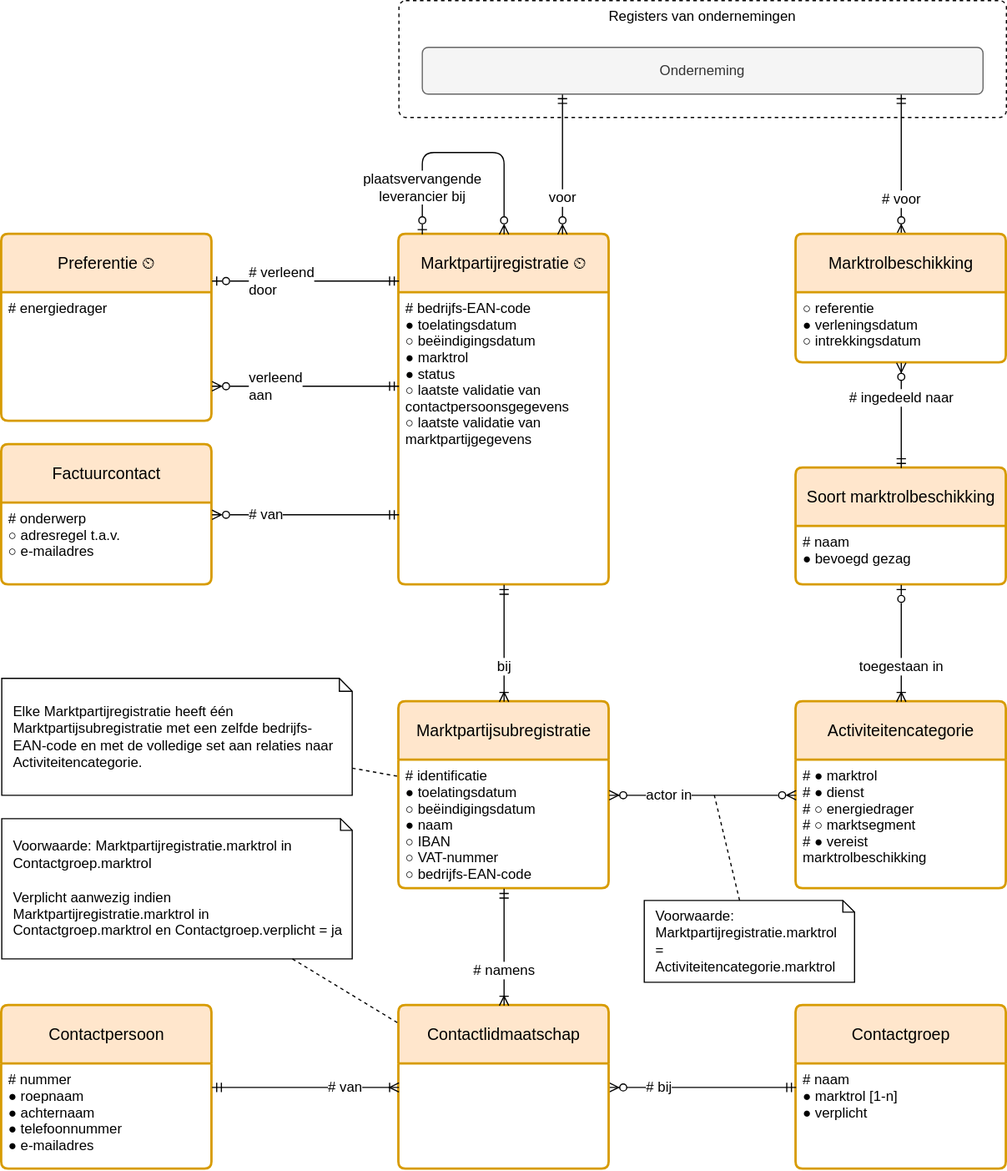
This is registers/marktpartijenregister/1.6/marktpartijenregister.drawio.svg from netbeheernederland/stelsel, a draw.io export, as it was before one commit. Source tidied: cells renumbered, new cells last; positions are measured from the earlier drawing's top-left corner, leaving out a move shared by most shapes. Source of this version:
```xml
<mxGraphModel>
  <root>
    <mxCell id="0" />
    <mxCell id="1" parent="0" />
    <mxCell id="2" value="Registers van ondernemingen" style="rounded=1;whiteSpace=wrap;html=1;verticalAlign=top;sketch=0;fontSize=12;dashed=1;arcSize=12;absoluteArcSize=1;" parent="1" vertex="1">
      <mxGeometry x="340" width="520" height="100" as="geometry" />
    </mxCell>
    <mxCell id="3" value="Contactgroep" style="swimlane;horizontal=1;startSize=50;rounded=1;fontSize=14;fontStyle=0;strokeWidth=2;shadow=0;dashed=0;align=center;fillColor=#ffe6cc;strokeColor=#d79b00;arcSize=4;whiteSpace=wrap;html=1;spacing=10;" parent="1" vertex="1">
      <mxGeometry x="680" y="860" width="180" height="140" as="geometry" />
    </mxCell>
    <mxCell id="4" value="# naam&#10;● marktrol [1-n]&#10;● verplicht&#10;&#10;" style="align=left;strokeColor=none;fillColor=none;spacingLeft=4;fontSize=12;verticalAlign=top;" parent="3" vertex="1">
      <mxGeometry y="50" width="180" height="90" as="geometry" />
    </mxCell>
    <mxCell id="5" value="Contactpersoon" style="swimlane;horizontal=1;startSize=50;rounded=1;fontSize=14;fontStyle=0;strokeWidth=2;shadow=0;dashed=0;align=center;fillColor=#ffe6cc;strokeColor=#d79b00;arcSize=4;whiteSpace=wrap;html=1;spacing=10;" parent="1" vertex="1">
      <mxGeometry y="860" width="180" height="140" as="geometry" />
    </mxCell>
    <mxCell id="6" value="# nummer&#10;● roepnaam&#10;● achternaam&#10;● telefoonnummer&#10;● e-mailadres" style="align=left;strokeColor=none;fillColor=none;spacingLeft=4;fontSize=12;verticalAlign=top;" parent="5" vertex="1">
      <mxGeometry y="50" width="180" height="90" as="geometry" />
    </mxCell>
    <mxCell id="7" value="# voor" style="fontSize=12;html=1;endArrow=ERzeroToMany;rounded=0;startArrow=ERmandOne;startFill=0;endFill=1;align=center;edgeStyle=elbowEdgeStyle;entryX=0.5;entryY=0;entryDx=0;entryDy=0;" parent="1" edge="1" source="41" target="8">
      <mxGeometry x="0.5" relative="1" as="geometry" />
    </mxCell>
    <mxCell id="8" value="Marktrolbeschikking" style="swimlane;horizontal=1;startSize=50;rounded=1;fontSize=14;fontStyle=0;strokeWidth=2;shadow=0;dashed=0;align=center;fillColor=#ffe6cc;strokeColor=#d79b00;arcSize=4;whiteSpace=wrap;html=1;spacing=10;" parent="1" vertex="1">
      <mxGeometry x="680" y="200" width="180" height="110" as="geometry" />
    </mxCell>
    <mxCell id="9" value="○ referentie&#10;● verleningsdatum&#10;○ intrekkingsdatum" style="align=left;strokeColor=none;fillColor=none;spacingLeft=4;fontSize=12;verticalAlign=top;" parent="8" vertex="1">
      <mxGeometry y="50" width="180" height="60" as="geometry" />
    </mxCell>
    <mxCell id="10" value="# bij" style="fontSize=12;html=1;endArrow=ERzeroToMany;rounded=0;startArrow=ERmandOne;startFill=0;endFill=1;align=left;edgeStyle=elbowEdgeStyle;" parent="1" edge="1" source="3" target="25">
      <mxGeometry x="0.62" relative="1" as="geometry" />
    </mxCell>
    <mxCell id="11" value="Soort marktrolbeschikking" style="swimlane;horizontal=1;startSize=50;rounded=1;fontSize=14;fontStyle=0;strokeWidth=2;shadow=0;dashed=0;align=center;fillColor=#ffe6cc;strokeColor=#d79b00;arcSize=4;whiteSpace=wrap;html=1;spacing=10;" parent="1" vertex="1">
      <mxGeometry x="680" y="400" width="180" height="100" as="geometry" />
    </mxCell>
    <mxCell id="12" value="# naam&#10;● bevoegd gezag" style="align=left;strokeColor=none;fillColor=none;spacingLeft=4;fontSize=12;verticalAlign=top;" parent="11" vertex="1">
      <mxGeometry y="50" width="180" height="50" as="geometry" />
    </mxCell>
    <mxCell id="13" value="# ingedeeld naar" style="fontSize=12;html=1;endArrow=ERmandOne;rounded=0;endFill=0;startArrow=ERzeroToMany;startFill=1;align=center;edgeStyle=elbowEdgeStyle;" parent="1" edge="1" source="8" target="11">
      <mxGeometry x="-0.33" relative="1" as="geometry" />
    </mxCell>
    <mxCell id="14" value="Marktpartijregistratie&amp;nbsp;⏲" style="swimlane;horizontal=1;startSize=50;rounded=1;fontSize=14;fontStyle=0;strokeWidth=2;shadow=0;dashed=0;align=center;fillColor=#ffe6cc;strokeColor=#d79b00;arcSize=4;whiteSpace=wrap;html=1;spacing=10;" parent="1" vertex="1">
      <mxGeometry x="340" y="200" width="180" height="300" as="geometry" />
    </mxCell>
    <mxCell id="15" value="# bedrijfs-EAN-code&#10;● toelatingsdatum&#10;○ beëindigingsdatum&#10;● marktrol&#10;● status&#10;○ laatste validatie van&#10;   contactpersoonsgegevens&#10;○ laatste validatie van&#10;   marktpartijgegevens" style="align=left;strokeColor=none;fillColor=none;spacingLeft=4;fontSize=12;verticalAlign=top;" parent="14" vertex="1">
      <mxGeometry y="50" width="180" height="250" as="geometry" />
    </mxCell>
    <mxCell id="16" value="Activiteitencategorie" style="swimlane;horizontal=1;startSize=50;rounded=1;fontSize=14;fontStyle=0;strokeWidth=2;shadow=0;dashed=0;align=center;fillColor=#ffe6cc;strokeColor=#d79b00;arcSize=4;whiteSpace=wrap;html=1;spacing=10;" parent="1" vertex="1">
      <mxGeometry x="680" y="600" width="180" height="160" as="geometry" />
    </mxCell>
    <mxCell id="17" value="# ● marktrol&#10;# ● dienst&#10;# ○ energiedrager&#10;# ○ marktsegment&#10;# ● vereist&#10;      marktrolbeschikking" style="align=left;strokeColor=none;fillColor=none;spacingLeft=4;fontSize=12;verticalAlign=top;" parent="16" vertex="1">
      <mxGeometry y="50" width="180" height="110" as="geometry" />
    </mxCell>
    <mxCell id="18" value="toegestaan in" style="fontSize=12;html=1;endArrow=ERzeroToOne;rounded=0;startArrow=ERoneToMany;startFill=0;endFill=0;edgeStyle=elbowEdgeStyle;align=center;" parent="1" edge="1" source="16" target="11">
      <mxGeometry x="-0.4" relative="1" as="geometry" />
    </mxCell>
    <mxCell id="19" value="voor" style="fontSize=12;html=1;endArrow=ERzeroToMany;rounded=0;startArrow=ERmandOne;startFill=0;endFill=0;edgeStyle=elbowEdgeStyle;align=center;" parent="1" edge="1" source="41" target="14">
      <mxGeometry x="0.5" relative="1" as="geometry">
        <Array as="points">
          <mxPoint x="480" y="150" />
          <mxPoint x="620" y="150" />
        </Array>
        <mxPoint y="-1" as="offset" />
      </mxGeometry>
    </mxCell>
    <mxCell id="20" value="Marktpartijsubregistratie" style="swimlane;horizontal=1;startSize=50;rounded=1;fontSize=14;fontStyle=0;strokeWidth=2;shadow=0;dashed=0;align=center;fillColor=#ffe6cc;strokeColor=#d79b00;arcSize=4;whiteSpace=wrap;html=1;spacing=10;" parent="1" vertex="1">
      <mxGeometry x="340" y="600" width="180" height="160" as="geometry" />
    </mxCell>
    <mxCell id="21" value="# identificatie&#10;● toelatingsdatum&#10;○ beëindigingsdatum&#10;● naam&#10;○ IBAN&#10;○ VAT-nummer&#10;○ bedrijfs-EAN-code" style="align=left;strokeColor=none;fillColor=none;spacingLeft=4;fontSize=12;verticalAlign=top;" parent="20" vertex="1">
      <mxGeometry y="50" width="180" height="110" as="geometry" />
    </mxCell>
    <mxCell id="22" value="bij" style="fontSize=12;html=1;endArrow=ERmandOne;rounded=0;startArrow=ERoneToMany;startFill=0;endFill=0;align=center;edgeStyle=elbowEdgeStyle;" parent="1" edge="1" source="20" target="14">
      <mxGeometry x="-0.4" relative="1" as="geometry" />
    </mxCell>
    <mxCell id="23" value="Elke Marktpartijregistratie heeft één Marktpartijsubregistratie met een zelfde bedrijfs-EAN-code en met de&amp;nbsp;&lt;span&gt;volledige set aan relaties naar Activiteitencategorie.&lt;/span&gt;&lt;span&gt;&lt;br&gt;&lt;/span&gt;" style="shape=note;size=11;whiteSpace=wrap;html=1;align=left;verticalAlign=middle;spacing=10;" parent="1" vertex="1">
      <mxGeometry y="580" width="300" height="100" as="geometry" />
    </mxCell>
    <mxCell id="24" style="endArrow=none;dashed=1;html=1;rounded=0;" parent="1" edge="1" source="23" target="20">
      <mxGeometry relative="1" as="geometry" />
    </mxCell>
    <mxCell id="25" value="Contactlidmaatschap" style="swimlane;horizontal=1;startSize=50;rounded=1;fontSize=14;fontStyle=0;strokeWidth=2;shadow=0;dashed=0;align=center;fillColor=#ffe6cc;strokeColor=#d79b00;arcSize=4;whiteSpace=wrap;html=1;spacing=10;" parent="1" vertex="1">
      <mxGeometry x="340" y="860" width="180" height="140" as="geometry" />
    </mxCell>
    <mxCell id="26" value="# namens" style="fontSize=12;html=1;endArrow=ERoneToMany;rounded=0;startArrow=ERmandOne;startFill=0;endFill=0;align=center;edgeStyle=elbowEdgeStyle;" parent="1" edge="1" source="20" target="25">
      <mxGeometry x="0.4" relative="1" as="geometry" />
    </mxCell>
    <mxCell id="27" value="# van" style="fontSize=12;html=1;endArrow=ERmandOne;rounded=0;startArrow=ERoneToMany;startFill=0;endFill=0;align=right;edgeStyle=elbowEdgeStyle;" parent="1" edge="1" source="25" target="5">
      <mxGeometry x="-0.62" relative="1" as="geometry" />
    </mxCell>
    <mxCell id="28" value="Voorwaarde: Marktpartijregistratie.marktrol = Activiteitencategorie.marktrol" style="shape=note;size=10;whiteSpace=wrap;html=1;align=left;verticalAlign=middle;spacing=10;" parent="1" vertex="1">
      <mxGeometry x="550" y="770" width="180" height="70" as="geometry" />
    </mxCell>
    <mxCell id="29" style="endArrow=none;dashed=1;html=1;rounded=0;" parent="1" edge="1" source="28">
      <mxGeometry relative="1" as="geometry">
        <mxPoint x="610" y="680" as="targetPoint" />
      </mxGeometry>
    </mxCell>
    <mxCell id="30" value="Voorwaarde: Marktpartijregistratie.marktrol in Contactgroep.marktrol&lt;br&gt;&lt;br&gt;Verplicht aanwezig indien Marktpartijregistratie.marktrol in Contactgroep.marktrol en Contactgroep.verplicht = ja" style="shape=note;size=10;whiteSpace=wrap;html=1;align=left;verticalAlign=middle;spacing=10;" parent="1" vertex="1">
      <mxGeometry y="700" width="300" height="120" as="geometry" />
    </mxCell>
    <mxCell id="31" style="endArrow=none;dashed=1;html=1;rounded=0;" parent="1" edge="1" source="30" target="25">
      <mxGeometry relative="1" as="geometry" />
    </mxCell>
    <mxCell id="32" value="Preferentie&amp;nbsp;⏲" style="swimlane;horizontal=1;startSize=50;rounded=1;fontSize=14;fontStyle=0;strokeWidth=2;shadow=0;dashed=0;align=center;fillColor=#ffe6cc;strokeColor=#d79b00;arcSize=4;whiteSpace=wrap;html=1;spacing=10;" parent="1" vertex="1">
      <mxGeometry y="200" width="180" height="160" as="geometry" />
    </mxCell>
    <mxCell id="33" value="# energiedrager" style="align=left;strokeColor=none;fillColor=none;spacingLeft=4;fontSize=12;verticalAlign=top;" parent="32" vertex="1">
      <mxGeometry y="50" width="180" height="110" as="geometry" />
    </mxCell>
    <mxCell id="34" value="verleend&lt;br&gt;aan" style="fontSize=12;html=1;endArrow=ERmandOne;rounded=0;startArrow=ERzeroToMany;startFill=0;endFill=0;align=left;verticalAlign=middle;edgeStyle=elbowEdgeStyle;elbow=vertical;" parent="1" edge="1" source="32" target="14">
      <mxGeometry x="-0.62" relative="1" as="geometry">
        <Array as="points">
          <mxPoint x="280" y="330" />
          <mxPoint x="260" y="300" />
        </Array>
      </mxGeometry>
    </mxCell>
    <mxCell id="35" value="# verleend&lt;br&gt;door" style="fontSize=12;html=1;endArrow=ERmandOne;rounded=0;startArrow=ERzeroToOne;startFill=0;endFill=0;align=left;edgeStyle=elbowEdgeStyle;elbow=vertical;" parent="1" edge="1" source="32" target="14">
      <mxGeometry x="-0.62" relative="1" as="geometry">
        <Array as="points">
          <mxPoint x="260" y="240" />
        </Array>
      </mxGeometry>
    </mxCell>
    <mxCell id="36" value="actor in" style="fontSize=12;html=1;endArrow=ERzeroToMany;rounded=0;endFill=0;startArrow=ERzeroToMany;startFill=1;edgeStyle=elbowEdgeStyle;align=left;fontColor=#000000;elbow=vertical;" parent="1" edge="1" source="20" target="16">
      <mxGeometry x="-0.62" relative="1" as="geometry" />
    </mxCell>
    <mxCell id="37" value="plaatsvervangende&lt;br&gt;leverancier bij" style="fontSize=12;html=1;endArrow=ERzeroToOne;rounded=1;startArrow=ERzeroToMany;startFill=0;endFill=0;align=center;elbow=vertical;verticalAlign=middle;edgeStyle=orthogonalEdgeStyle;curved=0;" parent="1" edge="1" source="14" target="14">
      <mxGeometry x="0.62" relative="1" as="geometry">
        <Array as="points">
          <mxPoint x="430" y="130" />
          <mxPoint x="360" y="130" />
        </Array>
      </mxGeometry>
    </mxCell>
    <mxCell id="38" value="Factuurcontact" style="swimlane;horizontal=1;startSize=50;rounded=1;fontSize=14;fontStyle=0;strokeWidth=2;shadow=0;dashed=0;align=center;fillColor=#ffe6cc;strokeColor=#d79b00;arcSize=4;whiteSpace=wrap;html=1;spacing=10;" parent="1" vertex="1">
      <mxGeometry y="380" width="180" height="120" as="geometry" />
    </mxCell>
    <mxCell id="39" value="# onderwerp&#10;○ adresregel t.a.v.&#10;○ e-mailadres" style="align=left;strokeColor=none;fillColor=none;spacingLeft=4;fontSize=12;verticalAlign=top;" parent="38" vertex="1">
      <mxGeometry y="50" width="180" height="70" as="geometry" />
    </mxCell>
    <mxCell id="40" value="# van" style="fontSize=12;html=1;endArrow=ERzeroToMany;rounded=0;startArrow=ERmandOne;startFill=0;endFill=0;align=left;edgeStyle=elbowEdgeStyle;elbow=vertical;" parent="1" edge="1" source="14" target="38">
      <mxGeometry x="0.62" relative="1" as="geometry" />
    </mxCell>
    <mxCell id="41" value="Onderneming" style="rounded=1;arcSize=10;whiteSpace=wrap;html=1;align=center;absoluteArcSize=1;spacing=10;fillColor=#f5f5f5;fontColor=#333333;strokeColor=#666666;" parent="1" vertex="1">
      <mxGeometry x="360" y="40" width="480" height="40" as="geometry" />
    </mxCell>
  </root>
</mxGraphModel>
```
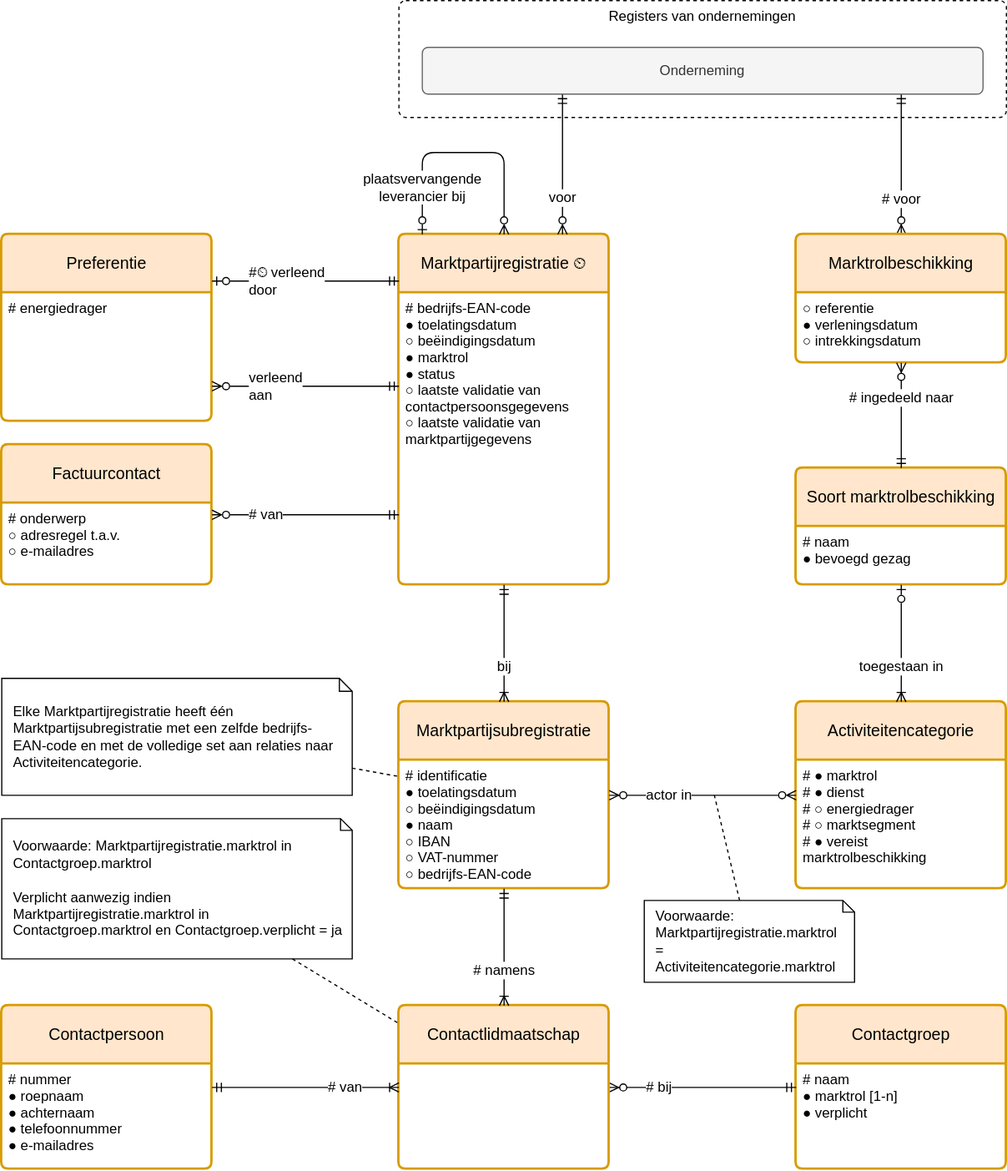
After the change.

Diff of the diagram source:
```diff
@@ -100,7 +100,7 @@
     <mxCell id="31" style="endArrow=none;dashed=1;html=1;rounded=0;" parent="1" edge="1" source="30" target="25">
       <mxGeometry relative="1" as="geometry" />
     </mxCell>
-    <mxCell id="32" value="Preferentie&amp;nbsp;⏲" style="swimlane;horizontal=1;startSize=50;rounded=1;fontSize=14;fontStyle=0;strokeWidth=2;shadow=0;dashed=0;align=center;fillColor=#ffe6cc;strokeColor=#d79b00;arcSize=4;whiteSpace=wrap;html=1;spacing=10;" parent="1" vertex="1">
+    <mxCell id="32" value="Preferentie" style="swimlane;horizontal=1;startSize=50;rounded=1;fontSize=14;fontStyle=0;strokeWidth=2;shadow=0;dashed=0;align=center;fillColor=#ffe6cc;strokeColor=#d79b00;arcSize=4;whiteSpace=wrap;html=1;spacing=10;" parent="1" vertex="1">
       <mxGeometry y="200" width="180" height="160" as="geometry" />
     </mxCell>
     <mxCell id="33" value="# energiedrager" style="align=left;strokeColor=none;fillColor=none;spacingLeft=4;fontSize=12;verticalAlign=top;" parent="32" vertex="1">
@@ -114,7 +114,7 @@
         </Array>
       </mxGeometry>
     </mxCell>
-    <mxCell id="35" value="# verleend&lt;br&gt;door" style="fontSize=12;html=1;endArrow=ERmandOne;rounded=0;startArrow=ERzeroToOne;startFill=0;endFill=0;align=left;edgeStyle=elbowEdgeStyle;elbow=vertical;" parent="1" edge="1" source="32" target="14">
+    <mxCell id="35" value="#⏲ verleend&lt;br&gt;door" style="fontSize=12;html=1;endArrow=ERmandOne;rounded=0;startArrow=ERzeroToOne;startFill=0;endFill=0;align=left;edgeStyle=elbowEdgeStyle;elbow=vertical;" parent="1" edge="1" source="32" target="14">
       <mxGeometry x="-0.62" relative="1" as="geometry">
         <Array as="points">
           <mxPoint x="260" y="240" />
```
